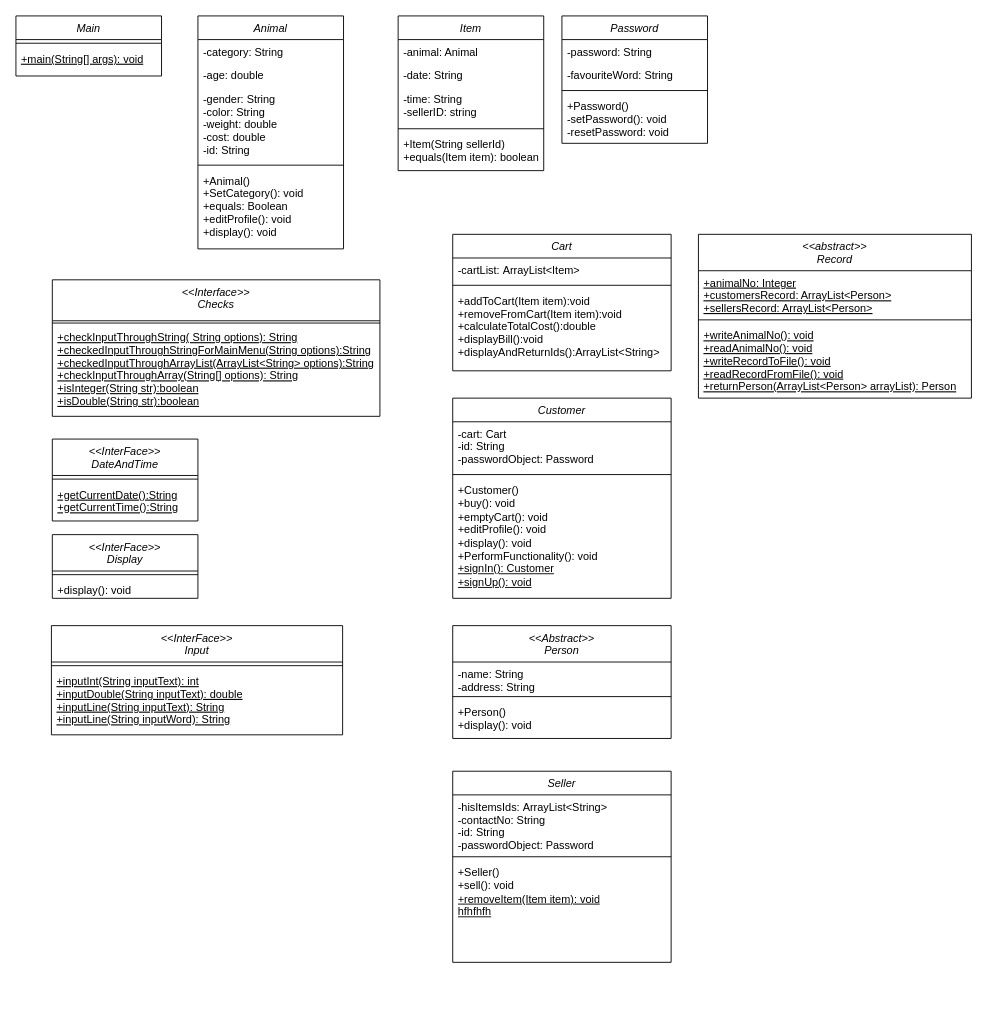
Above: Diagram/ Analys_reflektion.drawio in GitoPot/Analys_reflektion (draw.io), before the change. Source tidied: cells renumbered, new cells numbered last; positions are measured from the earlier drawing's top-left corner, leaving out a move shared by most shapes. Both pictures are drawn from the tidied source at 91%, with x=0, y=0 at pixel (15, 15).
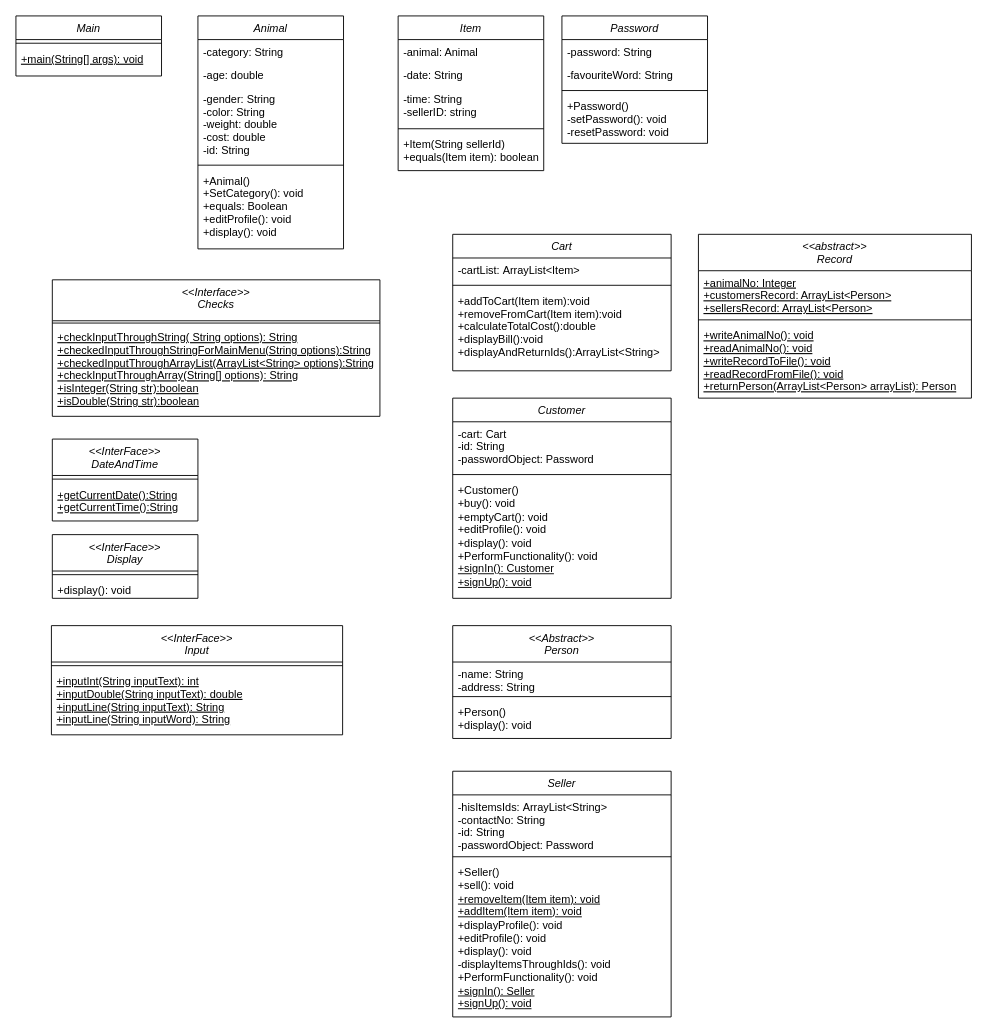
After the change.

What changed in the source:
```diff
@@
     <mxCell id="38" value="Seller" style="swimlane;fontStyle=2;align=center;verticalAlign=top;horizontal=1;startSize=26;rounded=0;shadow=0;strokeWidth=1;" parent="1" vertex="1">
-      <mxGeometry x="480" y="830" width="240" height="210" as="geometry" />
+      <mxGeometry x="480" y="830" width="240" height="270" as="geometry" />
     </mxCell>
@@
-    <mxCell id="41" value="+Seller()&lt;br&gt;+sell(): void&lt;br&gt;&lt;u&gt;+removeItem(Item item): void&lt;br&gt;hfhfhfh&lt;br&gt;&lt;/u&gt;" style="text;align=left;verticalAlign=top;spacingLeft=4;spacingRight=4;overflow=hidden;html=1;" parent="38" vertex="1">
-      <mxGeometry y="98" width="240" height="112" as="geometry" />
+    <mxCell id="41" value="+Seller()&lt;br&gt;+sell(): void&lt;br&gt;&lt;u&gt;+removeItem(Item item): void&lt;/u&gt;&lt;br&gt;&lt;u&gt;+addItem(Item item): void&lt;/u&gt;&lt;br&gt;+displayProfile(): void&lt;br&gt;+editProfile(): void&lt;br&gt;+display(): void&lt;br&gt;-displayItemsThroughIds(): void&lt;br&gt;+PerformFunctionality(): void&lt;br&gt;&lt;u&gt;+signIn(): Seller&lt;br&gt;+signUp(): void&lt;/u&gt;" style="text;align=left;verticalAlign=top;spacingLeft=4;spacingRight=4;overflow=hidden;html=1;" parent="38" vertex="1">
+      <mxGeometry y="98" width="240" height="172" as="geometry" />
     </mxCell>
```
